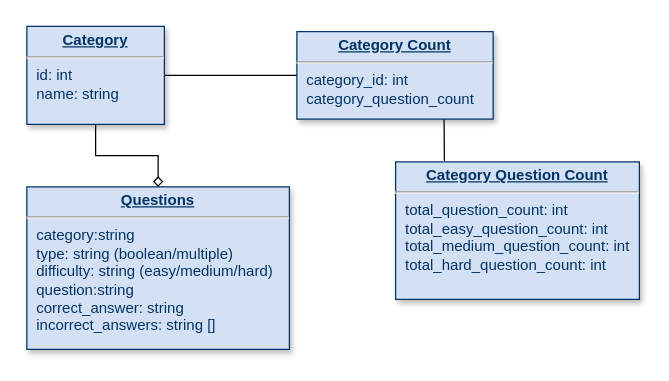
This is assets/diagrams/trivia_data.drawio from dmprieto/dianas_trivia_app, a draw.io file, before an edit. Source tidied: cells renumbered, new cells numbered last; positions are measured from the earlier drawing's top-left corner, leaving out a move shared by most shapes. Both pictures are drawn from the tidied source at 125%, with x=0, y=0 at pixel (26, 26).
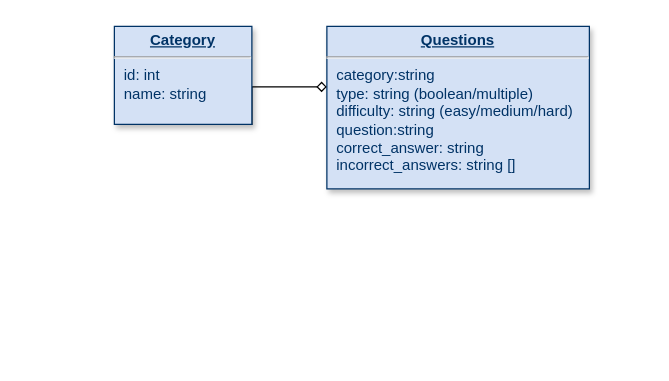
The same page after the edit.

Commit message (it also covers changes not shown here):
adjusted data diagram adjusted categories sequence diagram added questions sequence diagram

Diff of the diagram source:
```diff
@@
 <mxGraphModel>
   <root>
     <mxCell id="0" />
     <mxCell id="1" parent="0" />
-    <mxCell id="2" style="edgeStyle=none;rounded=0;jettySize=auto;html=1;endArrow=none;endFill=0;" parent="1" edge="1" source="4" target="7">
-      <mxGeometry relative="1" as="geometry" />
-    </mxCell>
-    <mxCell id="3" style="edgeStyle=none;rounded=0;jettySize=auto;html=1;exitX=0.75;exitY=1;exitDx=0;exitDy=0;entryX=0.2;entryY=-0.009;entryDx=0;entryDy=0;entryPerimeter=0;endArrow=none;endFill=0;" parent="1" edge="1" source="4" target="8">
-      <mxGeometry relative="1" as="geometry" />
-    </mxCell>
-    <mxCell id="4" value="&lt;p style=&quot;margin: 0px; margin-top: 4px; text-align: center; text-decoration: underline;&quot;&gt;&lt;b&gt;Category Count&lt;/b&gt;&lt;/p&gt;&lt;hr&gt;&lt;p style=&quot;margin: 0px; margin-left: 8px;&quot;&gt;category_id: int&lt;/p&gt;&lt;p style=&quot;margin: 0px; margin-left: 8px;&quot;&gt;category_question_count&lt;/p&gt;&lt;p style=&quot;margin: 0px; margin-left: 8px;&quot;&gt;&lt;br&gt;&lt;/p&gt;" style="verticalAlign=top;align=left;overflow=fill;fontSize=12;fontFamily=Helvetica;html=1;strokeColor=#003366;shadow=1;fillColor=#D4E1F5;fontColor=#003366;" parent="1" vertex="1">
-      <mxGeometry x="216" y="3.8" width="157" height="70" as="geometry" />
-    </mxCell>
     <mxCell id="5" value="&lt;p style=&quot;margin: 0px; margin-top: 4px; text-align: center; text-decoration: underline;&quot;&gt;&lt;strong&gt;Questions&lt;/strong&gt;&lt;/p&gt;&lt;hr&gt;&lt;p style=&quot;margin: 0px; margin-left: 8px;&quot;&gt;category:string&lt;/p&gt;&lt;p style=&quot;margin: 0px; margin-left: 8px;&quot;&gt;type: string (boolean/multiple)&lt;/p&gt;&lt;p style=&quot;margin: 0px; margin-left: 8px;&quot;&gt;difficulty: string (easy/medium/hard)&lt;/p&gt;&lt;p style=&quot;margin: 0px; margin-left: 8px;&quot;&gt;question:string&lt;/p&gt;&lt;p style=&quot;margin: 0px; margin-left: 8px;&quot;&gt;correct_answer: string&lt;/p&gt;&lt;p style=&quot;margin: 0px; margin-left: 8px;&quot;&gt;incorrect_answers: string []&lt;/p&gt;&lt;p style=&quot;margin: 0px; margin-left: 8px;&quot;&gt;&lt;br&gt;&lt;/p&gt;&lt;p style=&quot;margin: 0px; margin-left: 8px;&quot;&gt;&lt;br&gt;&lt;/p&gt;" style="verticalAlign=top;align=left;overflow=fill;fontSize=12;fontFamily=Helvetica;html=1;strokeColor=#003366;shadow=1;fillColor=#D4E1F5;fontColor=#003366;" parent="1" vertex="1">
-      <mxGeometry y="128" width="210" height="130" as="geometry" />
+      <mxGeometry x="240" y="-0.4" width="210" height="130" as="geometry" />
     </mxCell>
     <mxCell id="6" style="edgeStyle=orthogonalEdgeStyle;rounded=0;jettySize=auto;html=1;exitX=0.5;exitY=1;exitDx=0;exitDy=0;endArrow=diamond;endFill=0;" parent="1" edge="1" source="7" target="5">
-      <mxGeometry relative="1" as="geometry" />
+      <mxGeometry relative="1" as="geometry">
+        <Array as="points">
+          <mxPoint x="180" y="78" />
+          <mxPoint x="180" y="48" />
+        </Array>
+      </mxGeometry>
     </mxCell>
     <mxCell id="7" value="&lt;p style=&quot;margin: 0px; margin-top: 4px; text-align: center; text-decoration: underline;&quot;&gt;&lt;strong&gt;Category&lt;/strong&gt;&lt;/p&gt;&lt;hr&gt;&lt;p style=&quot;margin: 0px; margin-left: 8px;&quot;&gt;id: int&lt;/p&gt;&lt;p style=&quot;margin: 0px; margin-left: 8px;&quot;&gt;name: string&lt;/p&gt;" style="verticalAlign=top;align=left;overflow=fill;fontSize=12;fontFamily=Helvetica;html=1;strokeColor=#003366;shadow=1;fillColor=#D4E1F5;fontColor=#003366;" parent="1" vertex="1">
-      <mxGeometry y="-0.4" width="110" height="78.4" as="geometry" />
+      <mxGeometry x="70" y="-0.4" width="110" height="78.4" as="geometry" />
     </mxCell>
-    <mxCell id="8" value="&lt;p style=&quot;margin: 0px; margin-top: 4px; text-align: center; text-decoration: underline;&quot;&gt;&lt;b&gt;Category Question Count&lt;/b&gt;&lt;/p&gt;&lt;hr&gt;&lt;p style=&quot;margin: 0px; margin-left: 8px;&quot;&gt;total_question_count: int&lt;/p&gt;&lt;p style=&quot;margin: 0px; margin-left: 8px;&quot;&gt;total_easy_question_count: int&lt;br&gt;&lt;/p&gt;&lt;p style=&quot;margin: 0px; margin-left: 8px;&quot;&gt;total_medium_question_count: int&lt;br&gt;&lt;/p&gt;&lt;p style=&quot;margin: 0px; margin-left: 8px;&quot;&gt;total_hard_question_count: int&lt;br&gt;&lt;/p&gt;&lt;p style=&quot;margin: 0px; margin-left: 8px;&quot;&gt;&lt;br&gt;&lt;/p&gt;" style="verticalAlign=top;align=left;overflow=fill;fontSize=12;fontFamily=Helvetica;html=1;strokeColor=#003366;shadow=1;fillColor=#D4E1F5;fontColor=#003366;" parent="1" vertex="1">
-      <mxGeometry x="295" y="108" width="195" height="110" as="geometry" />
-    </mxCell>
   </root>
 </mxGraphModel>
```
